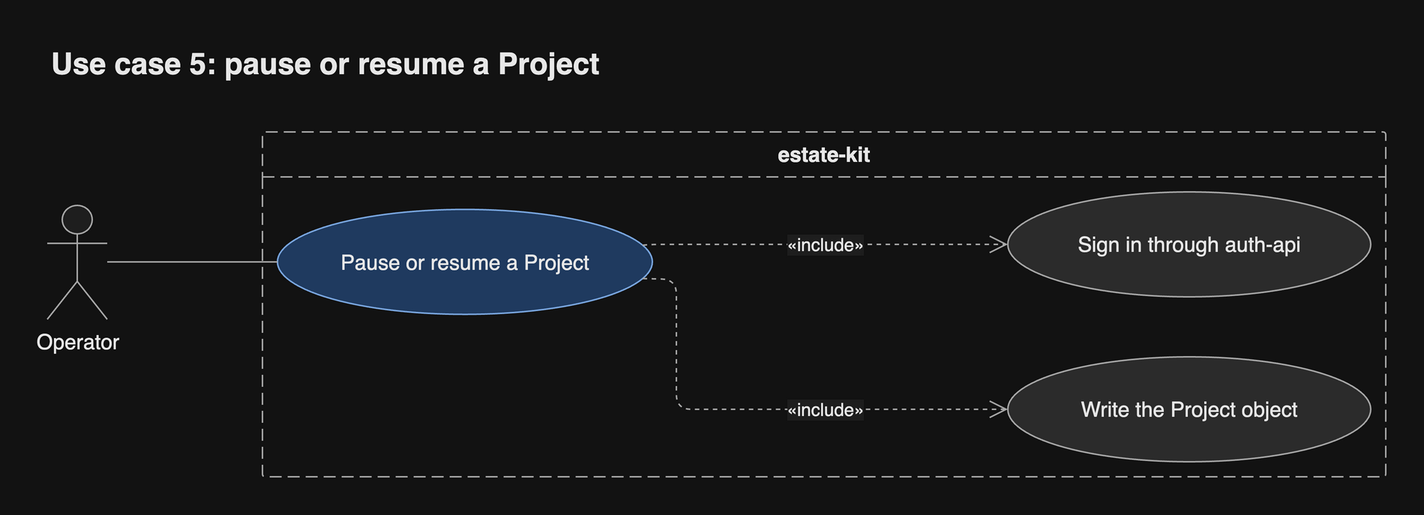
JorisJonkers-dev/estate-kit keeps this draw.io diagram as docs/diagrams/png/uc5-pause.png. Above is the earlier version. Source tidied: cells renumbered, new cells last; positions are measured from the earlier drawing's top-left corner, leaving out a move shared by most shapes.
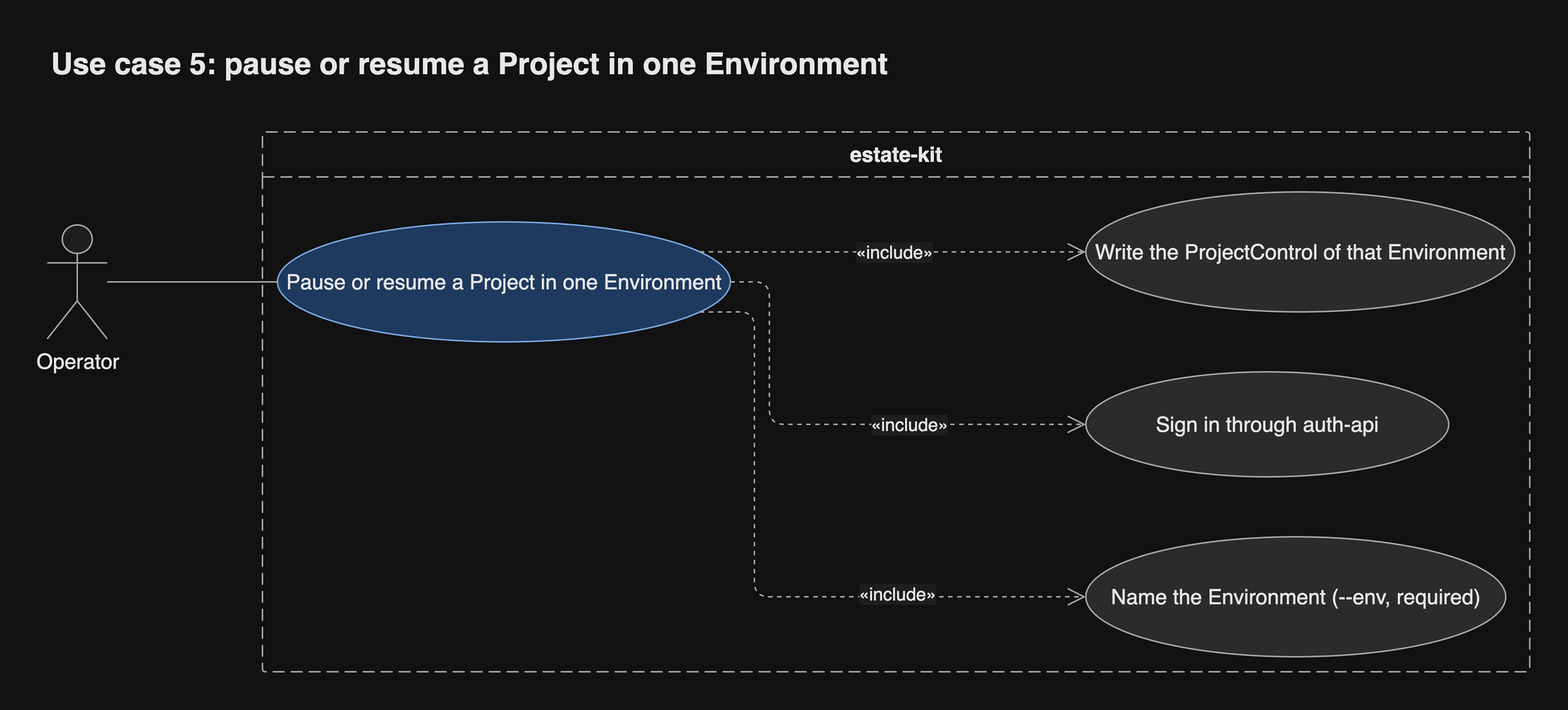
After the change.

What changed in the source:
```diff
@@ -3,45 +3,57 @@
     <mxCell id="0" />
     <mxCell id="1" parent="0" />
     <mxCell id="2" value="estate-kit" style="swimlane;startSize=30;rounded=1;arcSize=4;absoluteArcSize=1;dashed=1;dashPattern=8 4;html=1;whiteSpace=wrap;fontSize=14;fontColor=light-dark(#1a1a1a,#e8e8e8);fontStyle=1;fillColor=none;swimlaneFillColor=none;strokeColor=light-dark(#666666,#a8a8a8);fontFamily=Helvetica;" parent="1" vertex="1">
-      <mxGeometry x="144" y="64" width="749" height="230" as="geometry" />
+      <mxGeometry x="144" y="64" width="845" height="360" as="geometry" />
     </mxCell>
-    <mxCell id="3" value="Pause or resume a Project" style="ellipse;html=1;whiteSpace=wrap;fontSize=14;fontColor=light-dark(#1a1a1a,#e8e8e8);fillColor=light-dark(#dae8fc,#1f3a5f);strokeColor=light-dark(#6c8ebf,#7aa7e0);fontFamily=Helvetica;" parent="2" vertex="1">
-      <mxGeometry x="10" y="51.7" width="250" height="70" as="geometry" />
+    <mxCell id="3" value="Pause or resume a Project in one Environment" style="ellipse;html=1;whiteSpace=wrap;fontSize=14;fontColor=light-dark(#1a1a1a,#e8e8e8);fillColor=light-dark(#dae8fc,#1f3a5f);strokeColor=light-dark(#6c8ebf,#7aa7e0);fontFamily=Helvetica;" parent="2" vertex="1">
+      <mxGeometry x="10" y="60" width="302" height="80" as="geometry" />
     </mxCell>
     <mxCell id="4" value="Sign in through auth-api" style="ellipse;html=1;whiteSpace=wrap;fontSize=14;fontColor=light-dark(#1a1a1a,#e8e8e8);fillColor=light-dark(#f5f5f5,#2b2b2b);strokeColor=light-dark(#666666,#a8a8a8);fontFamily=Helvetica;" parent="2" vertex="1">
-      <mxGeometry x="497" y="40" width="242" height="70" as="geometry" />
+      <mxGeometry x="549" y="160" width="242" height="70" as="geometry" />
     </mxCell>
-    <mxCell id="5" value="Write the Project object" style="ellipse;html=1;whiteSpace=wrap;fontSize=14;fontColor=light-dark(#1a1a1a,#e8e8e8);fillColor=light-dark(#f5f5f5,#2b2b2b);strokeColor=light-dark(#666666,#a8a8a8);fontFamily=Helvetica;" parent="2" vertex="1">
-      <mxGeometry x="497" y="150" width="242" height="70" as="geometry" />
+    <mxCell id="5" value="Name the Environment (--env, required)" style="ellipse;html=1;whiteSpace=wrap;fontSize=14;fontColor=light-dark(#1a1a1a,#e8e8e8);fillColor=light-dark(#f5f5f5,#2b2b2b);strokeColor=light-dark(#666666,#a8a8a8);fontFamily=Helvetica;" parent="2" vertex="1">
+      <mxGeometry x="549" y="270" width="280" height="80" as="geometry" />
     </mxCell>
+    <mxCell id="11" value="Write the ProjectControl of that Environment" style="ellipse;html=1;whiteSpace=wrap;fontSize=14;fontColor=light-dark(#1a1a1a,#e8e8e8);fillColor=light-dark(#f5f5f5,#2b2b2b);strokeColor=light-dark(#666666,#a8a8a8);fontFamily=Helvetica;" parent="2" vertex="1">
+      <mxGeometry x="549" y="40" width="286" height="80" as="geometry" />
+    </mxCell>
-    <mxCell id="6" value="«include»" style="html=1;rounded=1;fontSize=14;fontSize=12;fontColor=light-dark(#1a1a1a,#e8e8e8);strokeColor=light-dark(#666666,#a8a8a8);endArrow=open;endSize=10;dashed=1;noEdgeStyle=1;orthogonal=1;curved=0;exitX=0.9714;exitY=0.3333;entryX=0;entryY=0.5;fontFamily=Helvetica;labelBackgroundColor=light-dark(#ffffff,#1e1e1e);" parent="2" edge="1" source="3" target="4">
+    <mxCell id="6" value="«include»" style="html=1;rounded=1;fontSize=14;fontSize=12;fontColor=light-dark(#1a1a1a,#e8e8e8);strokeColor=light-dark(#666666,#a8a8a8);endArrow=open;endSize=10;dashed=1;curved=0;exitX=1;exitY=0.5;entryX=0;entryY=0.5;edgeStyle=orthogonalEdgeStyle;fontFamily=Helvetica;labelBackgroundColor=light-dark(#ffffff,#1e1e1e);" parent="2" edge="1" source="3" target="4">
       <mxGeometry relative="1" as="geometry">
         <Array as="points">
-          <mxPoint x="260" y="75" />
+          <mxPoint x="338" y="100" />
+          <mxPoint x="338" y="195" />
         </Array>
+        <mxPoint x="47.5" as="offset" />
       </mxGeometry>
     </mxCell>
-    <mxCell id="7" value="«include»" style="html=1;rounded=1;fontSize=14;fontSize=12;fontColor=light-dark(#1a1a1a,#e8e8e8);strokeColor=light-dark(#666666,#a8a8a8);endArrow=open;endSize=10;dashed=1;noEdgeStyle=1;orthogonal=1;curved=0;exitX=0.9715;exitY=0.6666;entryX=0;entryY=0.5;fontFamily=Helvetica;labelBackgroundColor=light-dark(#ffffff,#1e1e1e);" parent="2" edge="1" source="3" target="5">
+    <mxCell id="7" value="«include»" style="html=1;rounded=1;fontSize=14;fontSize=12;fontColor=light-dark(#1a1a1a,#e8e8e8);strokeColor=light-dark(#666666,#a8a8a8);endArrow=open;endSize=10;dashed=1;noEdgeStyle=1;orthogonal=1;curved=0;exitX=0.9331;exitY=0.75;entryX=0;entryY=0.5;fontFamily=Helvetica;labelBackgroundColor=light-dark(#ffffff,#1e1e1e);" parent="2" edge="1" source="3" target="5">
       <mxGeometry relative="1" as="geometry">
         <Array as="points">
-          <mxPoint x="276" y="98.3" />
-          <mxPoint x="276" y="185" />
+          <mxPoint x="328" y="120" />
+          <mxPoint x="328" y="310" />
         </Array>
-        <mxPoint x="43.3" as="offset" />
+        <mxPoint x="95" as="offset" />
       </mxGeometry>
     </mxCell>
+    <mxCell id="12" value="«include»" style="html=1;rounded=1;fontSize=14;fontSize=12;fontColor=light-dark(#1a1a1a,#e8e8e8);strokeColor=light-dark(#666666,#a8a8a8);endArrow=open;endSize=10;dashed=1;noEdgeStyle=1;orthogonal=1;curved=0;exitX=0.9331;exitY=0.25;entryX=0;entryY=0.5;fontFamily=Helvetica;labelBackgroundColor=light-dark(#ffffff,#1e1e1e);" parent="2" edge="1" source="3" target="11">
+      <mxGeometry relative="1" as="geometry">
+        <Array as="points">
+          <mxPoint x="312" y="80" />
+        </Array>
+      </mxGeometry>
+    </mxCell>
     <mxCell id="8" value="Operator" style="shape=umlActor;verticalLabelPosition=bottom;verticalAlign=top;outlineConnect=0;html=1;whiteSpace=wrap;fontSize=14;fontColor=light-dark(#1a1a1a,#e8e8e8);fillColor=light-dark(#ffffff,#1e1e1e);strokeColor=light-dark(#666666,#a8a8a8);fontFamily=Helvetica;" parent="1" vertex="1">
-      <mxGeometry x="0.5" y="113" width="40" height="76" as="geometry" />
+      <mxGeometry x="0.5" y="126" width="40" height="76" as="geometry" />
     </mxCell>
-    <mxCell id="9" style="html=1;rounded=1;fontSize=14;fontSize=12;fontColor=light-dark(#1a1a1a,#e8e8e8);strokeColor=light-dark(#666666,#a8a8a8);endArrow=none;curved=0;exitX=1;exitY=0.4957;entryX=0;entryY=0.5;edgeStyle=orthogonalEdgeStyle;fontFamily=Helvetica;labelBackgroundColor=light-dark(#ffffff,#1e1e1e);" parent="1" edge="1" source="8" target="3">
+    <mxCell id="9" style="html=1;rounded=1;fontSize=14;fontSize=12;fontColor=light-dark(#1a1a1a,#e8e8e8);strokeColor=light-dark(#666666,#a8a8a8);endArrow=none;curved=0;exitX=1;exitY=0.5;entryX=0;entryY=0.5;edgeStyle=orthogonalEdgeStyle;fontFamily=Helvetica;labelBackgroundColor=light-dark(#ffffff,#1e1e1e);" parent="1" edge="1" source="8" target="3">
       <mxGeometry relative="1" as="geometry">
         <Array as="points">
-          <mxPoint x="139" y="150.7" />
+          <mxPoint x="139" y="164" />
         </Array>
       </mxGeometry>
     </mxCell>
-    <mxCell id="10" value="Use case 5: pause or resume a Project" style="text;html=1;whiteSpace=wrap;align=left;verticalAlign=middle;fontSize=20;fontStyle=1;fontColor=light-dark(#1a1a1a,#e8e8e8);fontFamily=Helvetica;" parent="1" vertex="1">
-      <mxGeometry x="0.5" width="892.5" height="36" as="geometry" />
+    <mxCell id="10" value="Use case 5: pause or resume a Project in one Environment" style="text;html=1;whiteSpace=wrap;align=left;verticalAlign=middle;fontSize=20;fontStyle=1;fontColor=light-dark(#1a1a1a,#e8e8e8);fontFamily=Helvetica;" parent="1" vertex="1">
+      <mxGeometry x="0.5" width="988.5" height="36" as="geometry" />
     </mxCell>
   </root>
 </mxGraphModel>
```
